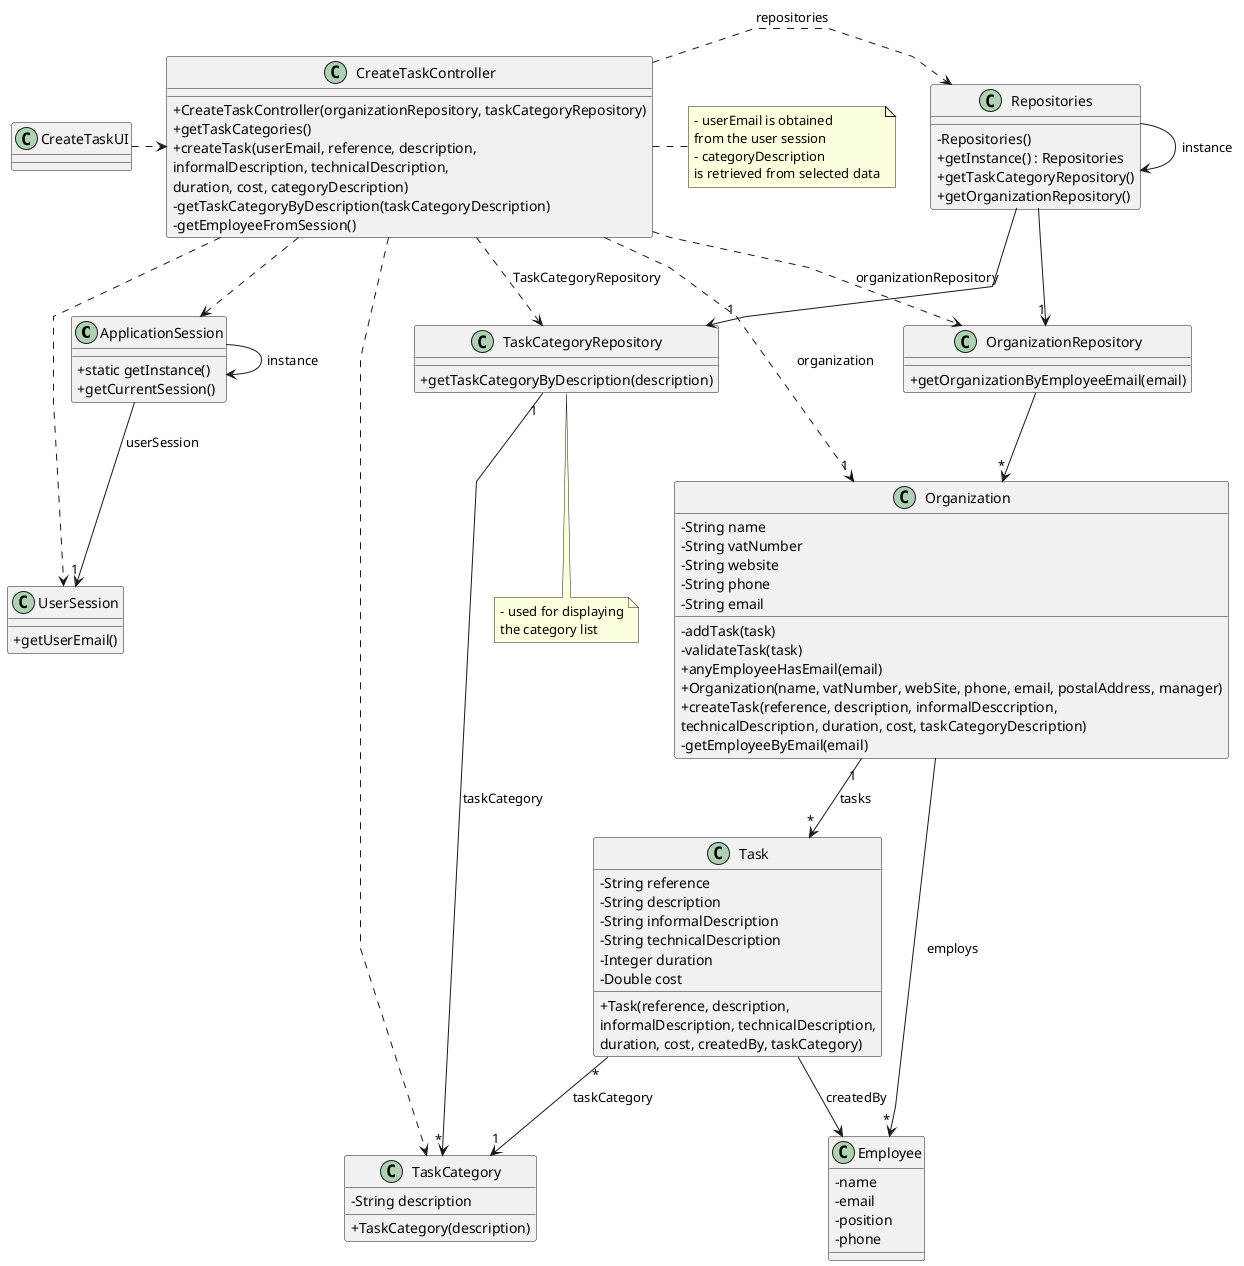
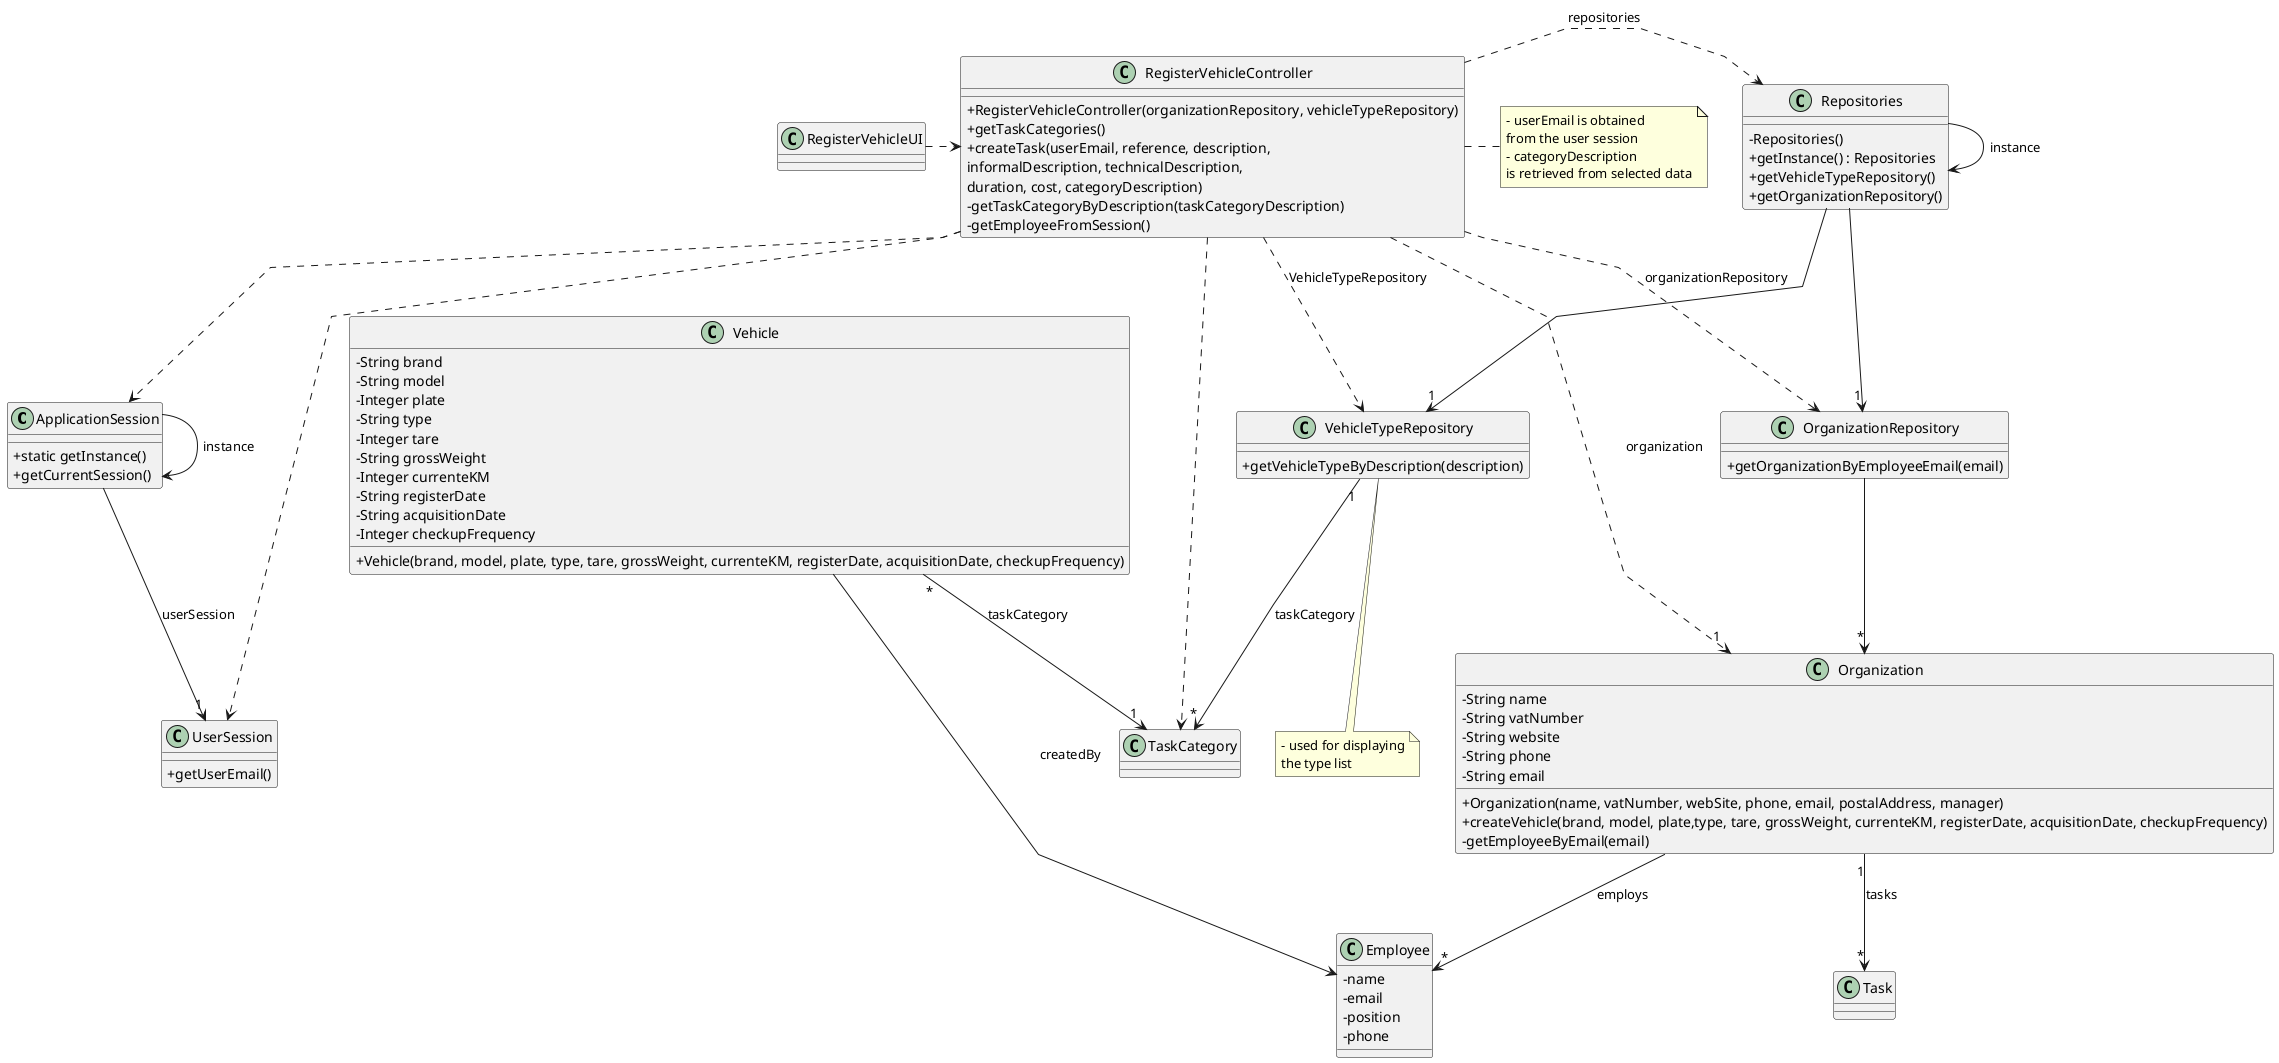
@startuml
'skinparam monochrome true
skinparam packageStyle rectangle
skinparam shadowing false
skinparam linetype polyline
'skinparam linetype orto

skinparam classAttributeIconSize 0

'left to right direction

class ApplicationSession
{
    + static getInstance()
    + getCurrentSession()
}

class UserSession
{
    + getUserEmail()
}

class Employee {
    - name
    - email
    - position
    - phone
}

- class Task {
-     - String reference
-     - String description
-     - String informalDescription
-     - String technicalDescription
-     - Integer duration
-     - Double cost
+ class Vehicle {
+     - String brand
+     - String model
+     - Integer plate
+     - String type
+     - Integer tare
+     - String grossWeight
+     - Integer currenteKM
+     - String registerDate
+     - String acquisitionDate
+     - Integer checkupFrequency

-     + Task(reference, description,\ninformalDescription, technicalDescription,\nduration, cost, createdBy, taskCategory)
- }
- 
- class TaskCategory {
-     - String description
- 
-     + TaskCategory(description)
+     + Vehicle(brand, model, plate, type, tare, grossWeight, currenteKM, registerDate, acquisitionDate, checkupFrequency)
}

class Organization {
    - String name
    - String vatNumber
    - String website
    - String phone
    - String email

-     - addTask(task)
-     - validateTask(task)
-     + anyEmployeeHasEmail(email)
+ 
    + Organization(name, vatNumber, webSite, phone, email, postalAddress, manager)
-     + createTask(reference, description, informalDesccription,\ntechnicalDescription, duration, cost, taskCategoryDescription)
+     + createVehicle(brand, model, plate,type, tare, grossWeight, currenteKM, registerDate, acquisitionDate, checkupFrequency)
    - getEmployeeByEmail(email)

- '  +saveTask(task)
}

- class TaskCategoryRepository {
-     + getTaskCategoryByDescription(description)
+ class VehicleTypeRepository {
+     + getVehicleTypeByDescription(description)
}

class OrganizationRepository {
    + getOrganizationByEmployeeEmail(email)
}

class Repositories {
    - Repositories()
    + getInstance() : Repositories
-     + getTaskCategoryRepository()
+     + getVehicleTypeRepository()
    + getOrganizationRepository()
}

- class CreateTaskController {
-     + CreateTaskController(organizationRepository, taskCategoryRepository)
+ class RegisterVehicleController {
+     + RegisterVehicleController(organizationRepository, vehicleTypeRepository)
    + getTaskCategories()
    + createTask(userEmail, reference, description,\ninformalDescription, technicalDescription,\nduration, cost, categoryDescription)
    - getTaskCategoryByDescription(taskCategoryDescription)
    - getEmployeeFromSession()
}

- note right of CreateTaskController
+ note right of RegisterVehicleController
    - userEmail is obtained
    from the user session
    - categoryDescription
    is retrieved from selected data
end note

- note bottom of TaskCategoryRepository
+ note bottom of VehicleTypeRepository
    - used for displaying
-     the category list
+     the type list
end note

- class CreateTaskUI {
+ class RegisterVehicleUI {
}

Repositories -> Repositories : instance
ApplicationSession -> ApplicationSession : instance

- CreateTaskUI .> CreateTaskController
+ RegisterVehicleUI .> RegisterVehicleController

- CreateTaskController .> Repositories : repositories
+ RegisterVehicleController .> Repositories : repositories

- Repositories -> "1" TaskCategoryRepository
+ Repositories -> "1" VehicleTypeRepository

- CreateTaskController ..> TaskCategory
- CreateTaskController ..> OrganizationRepository : organizationRepository
- CreateTaskController ..> TaskCategoryRepository : TaskCategoryRepository
+ RegisterVehicleController ..> TaskCategory
+ RegisterVehicleController ..> OrganizationRepository : organizationRepository
+ RegisterVehicleController ..> VehicleTypeRepository : VehicleTypeRepository

Repositories --> "1" OrganizationRepository

OrganizationRepository --> "*" Organization
ApplicationSession --> "1" UserSession : userSession

- CreateTaskController ..> "1" Organization : organization
- CreateTaskController ..> ApplicationSession
- CreateTaskController ..> UserSession
- Task "*" --> "1" TaskCategory : taskCategory
- TaskCategoryRepository "1" --> "*" TaskCategory : taskCategory
+ RegisterVehicleController ..> "1" Organization : organization
+ RegisterVehicleController ..> ApplicationSession
+ RegisterVehicleController ..> UserSession
+ Vehicle "*" --> "1" TaskCategory : taskCategory
+ VehicleTypeRepository "1" --> "*" TaskCategory : taskCategory
Organization "1" --> "*" Task : tasks
- Task --> Employee : createdBy
+ Vehicle --> Employee : createdBy

Organization --> "*" Employee : employs

@enduml